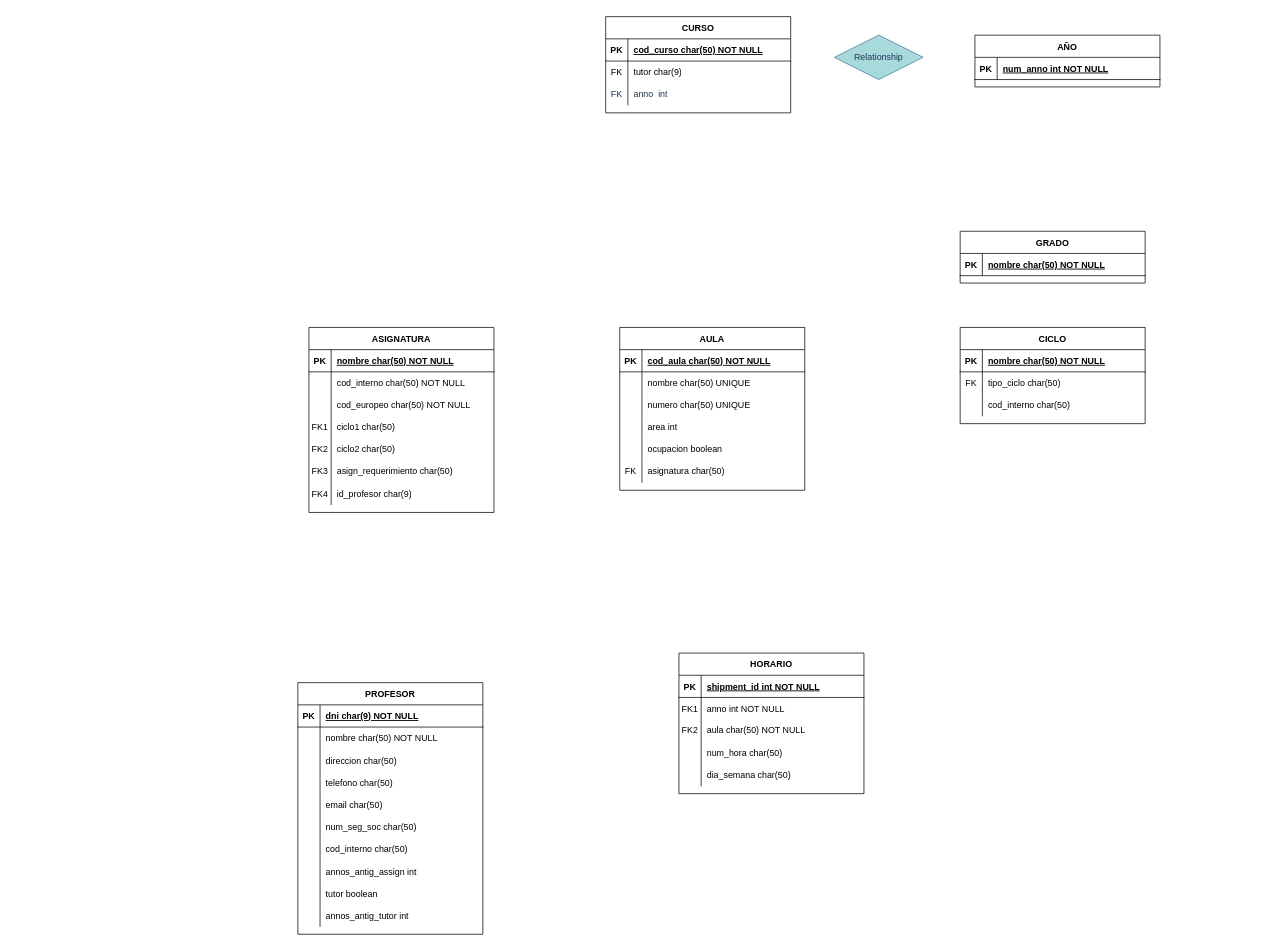
The draw.io diagram c3-ud12-ejercicio17.drawio in eilmadc/c3-ud12-diagramaser-team03, before the edit. Source tidied: cells renumbered, new cells numbered last; positions are measured from the earlier drawing's top-left corner, leaving out a move shared by most shapes. Both pictures are drawn from the tidied source at 74%, with x=0, y=0 at pixel (297, 16).
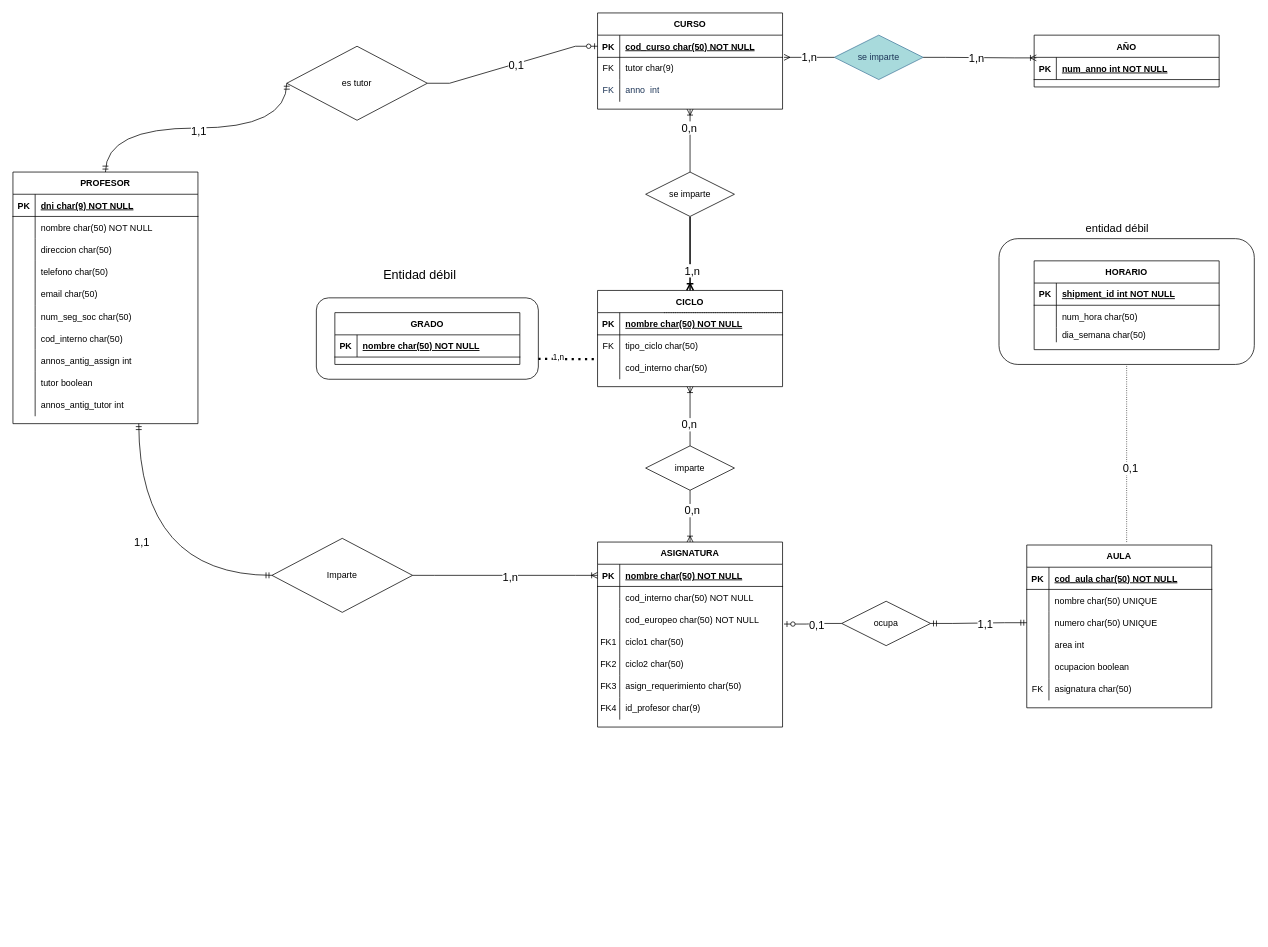
The same page after the edit.

Unchanged cells that the change refers to:
```xml
<mxCell id="9" style="shape=partialRectangle;fillColor=none;points=[[0,0.5],[1,0.5]];portConstraint=eastwest;top=0;left=0;right=0;bottom=0;" parent="2" vertex="1">
  <mxGeometry y="90" width="250" height="30" as="geometry" />
</mxCell>
<mxCell id="29" style="shape=partialRectangle;fillColor=none;points=[[0,0.5],[1,0.5]];portConstraint=eastwest;top=0;left=0;right=0;bottom=1;" parent="28" vertex="1">
  <mxGeometry y="30" width="250" height="30" as="geometry" />
</mxCell>
<mxCell id="35" style="shape=tableRow;horizontal=0;startSize=0;swimlaneHead=0;swimlaneBody=0;fillColor=none;points=[[0,0.5],[1,0.5]];portConstraint=eastwest;top=0;left=0;right=0;bottom=0;" parent="28" vertex="1">
  <mxGeometry y="90" width="250" height="30" as="geometry" />
</mxCell>
<mxCell id="92" style="shape=tableRow;horizontal=0;startSize=0;swimlaneHead=0;swimlaneBody=0;fillColor=none;points=[[0,0.5],[1,0.5]];portConstraint=eastwest;top=0;left=0;right=0;bottom=0;" parent="85" vertex="1">
  <mxGeometry y="90" width="250" height="30" as="geometry" />
</mxCell>
<mxCell id="105" style="shape=partialRectangle;fillColor=none;points=[[0,0.5],[1,0.5]];portConstraint=eastwest;top=0;left=0;right=0;bottom=1;" parent="104" vertex="1">
  <mxGeometry y="30" width="250" height="30" as="geometry" />
</mxCell>
<mxCell id="109" style="shape=partialRectangle;fillColor=none;points=[[0,0.5],[1,0.5]];portConstraint=eastwest;top=0;left=0;right=0;bottom=1;" parent="108" vertex="1">
  <mxGeometry y="30" width="250" height="30" as="geometry" />
</mxCell>
<mxCell id="112" style="shape=tableRow;horizontal=0;startSize=0;swimlaneHead=0;swimlaneBody=0;fillColor=none;points=[[0,0.5],[1,0.5]];portConstraint=eastwest;top=0;left=0;right=0;bottom=0;" parent="108" vertex="1">
  <mxGeometry y="60" width="250" height="30" as="geometry" />
</mxCell>
```

The edit, as a diff of the source:
```diff
@@
+    <mxCell id="119" style="rounded=1;whiteSpace=wrap;html=1;" parent="1" vertex="1">
+      <mxGeometry x="947.5" y="300" width="345" height="170" as="geometry" />
+    </mxCell>
+    <mxCell id="120" style="rounded=1;whiteSpace=wrap;html=1;" parent="1" vertex="1">
+      <mxGeometry x="25" y="380" width="300" height="110" as="geometry" />
+    </mxCell>
     <mxCell id="2" value="CICLO" style="shape=table;startSize=30;childLayout=tableLayout;rowLines=0;fontStyle=1;align=center;" parent="1" vertex="1">
-      <mxGeometry x="895" y="420" width="250" height="130" as="geometry" />
+      <mxGeometry x="405" y="370" width="250" height="130" as="geometry" />
     </mxCell>
@@
     <mxCell id="12" value="HORARIO" style="shape=table;startSize=30;childLayout=tableLayout;rowLines=0;fontStyle=1;align=center;" parent="1" vertex="1">
-      <mxGeometry x="515" y="860" width="250" height="190" as="geometry" />
+      <mxGeometry x="995" y="330" width="250" height="120" as="geometry" />
     </mxCell>
@@
-    <mxCell id="16" style="shape=partialRectangle;fillColor=none;top=0;left=0;right=0;bottom=0;" parent="12" vertex="1">
-      <mxGeometry y="60" width="250" height="30" as="geometry" />
-    </mxCell>
-    <mxCell id="17" value="FK1" style="shape=partialRectangle;overflow=hidden;fillColor=none;top=0;left=0;bottom=0;right=0;" parent="16" vertex="1">
-      <mxGeometry width="30" height="30" as="geometry" />
-    </mxCell>
-    <mxCell id="18" value="anno int NOT NULL" style="shape=partialRectangle;overflow=hidden;fillColor=none;top=0;left=0;bottom=0;right=0;align=left;spacingLeft=6;" parent="16" vertex="1">
-      <mxGeometry x="30" width="220" height="30" as="geometry" />
-    </mxCell>
-    <mxCell id="19" style="shape=tableRow;horizontal=0;startSize=0;swimlaneHead=0;swimlaneBody=0;fillColor=none;top=0;left=0;right=0;bottom=0;" parent="12" vertex="1">
-      <mxGeometry y="90" width="250" height="30" as="geometry" />
-    </mxCell>
-    <mxCell id="20" value="FK2" style="shape=partialRectangle;fillColor=none;top=0;left=0;bottom=0;right=0;fontStyle=0;overflow=hidden;whiteSpace=wrap;html=1;" parent="19" vertex="1">
-      <mxGeometry width="30" height="30" as="geometry" />
-    </mxCell>
-    <mxCell id="21" value="aula&amp;nbsp;char(50) NOT NULL" style="shape=partialRectangle;fillColor=none;top=0;left=0;bottom=0;right=0;align=left;spacingLeft=6;fontStyle=0;overflow=hidden;whiteSpace=wrap;html=1;" parent="19" vertex="1">
-      <mxGeometry x="30" width="220" height="30" as="geometry" />
-    </mxCell>
     <mxCell id="22" style="shape=tableRow;horizontal=0;startSize=0;swimlaneHead=0;swimlaneBody=0;fillColor=none;top=0;left=0;right=0;bottom=0;" parent="12" vertex="1">
-      <mxGeometry y="120" width="250" height="30" as="geometry" />
+      <mxGeometry y="60" width="250" height="30" as="geometry" />
     </mxCell>
@@
     <mxCell id="25" style="shape=tableRow;horizontal=0;startSize=0;swimlaneHead=0;swimlaneBody=0;fillColor=none;top=0;left=0;right=0;bottom=0;" parent="12" vertex="1">
-      <mxGeometry y="150" width="250" height="30" as="geometry" />
+      <mxGeometry y="90" width="250" height="20" as="geometry" />
     </mxCell>
     <mxCell id="26" style="shape=partialRectangle;fillColor=none;top=0;left=0;bottom=0;right=0;overflow=hidden;" parent="25" vertex="1">
-      <mxGeometry width="30" height="30" as="geometry" />
+      <mxGeometry width="30" height="20" as="geometry" />
     </mxCell>
     <mxCell id="27" value="dia_semana char(50)" style="shape=partialRectangle;fillColor=none;top=0;left=0;bottom=0;right=0;align=left;spacingLeft=6;overflow=hidden;" parent="25" vertex="1">
-      <mxGeometry x="30" width="220" height="30" as="geometry" />
+      <mxGeometry x="30" width="220" height="20" as="geometry" />
     </mxCell>
     <mxCell id="28" value="ASIGNATURA" style="shape=table;startSize=30;childLayout=tableLayout;rowLines=0;fontStyle=1;align=center;" parent="1" vertex="1">
-      <mxGeometry x="15" y="420" width="250" height="250" as="geometry" />
+      <mxGeometry x="405" y="710" width="250" height="250" as="geometry" />
     </mxCell>
@@
     <mxCell id="50" value="PROFESOR" style="shape=table;startSize=30;childLayout=tableLayout;rowLines=0;fontStyle=1;align=center;" parent="1" vertex="1">
-      <mxGeometry y="900" width="250" height="340" as="geometry" />
+      <mxGeometry x="-385" y="210" width="250" height="340" as="geometry" />
     </mxCell>
@@
     <mxCell id="81" value="GRADO" style="shape=table;startSize=30;childLayout=tableLayout;rowLines=0;fontStyle=1;align=center;" parent="1" vertex="1">
-      <mxGeometry x="895" y="290" width="250" height="70" as="geometry" />
+      <mxGeometry x="50" y="400" width="250" height="70" as="geometry" />
     </mxCell>
@@
     <mxCell id="85" value="AULA" style="shape=table;startSize=30;childLayout=tableLayout;rowLines=0;fontStyle=1;align=center;" parent="1" vertex="1">
-      <mxGeometry x="435" y="420" width="250" height="220" as="geometry" />
+      <mxGeometry x="985" y="714" width="250" height="220" as="geometry" />
     </mxCell>
@@
     <mxCell id="104" value="AÑO" style="shape=table;startSize=30;childLayout=tableLayout;rowLines=0;fontStyle=1;align=center;" parent="1" vertex="1">
-      <mxGeometry x="915" y="25" width="250" height="70" as="geometry" />
+      <mxGeometry x="995" y="25" width="250" height="70" as="geometry" />
     </mxCell>
@@
     <mxCell id="108" value="CURSO" style="shape=table;startSize=30;childLayout=tableLayout;rowLines=0;fontStyle=1;align=center;" parent="1" vertex="1">
-      <mxGeometry x="416" width="250" height="130" as="geometry" />
+      <mxGeometry x="405" y="-5" width="250" height="130" as="geometry" />
     </mxCell>
@@
-    <mxCell id="118" value="Relationship" style="shape=rhombus;perimeter=rhombusPerimeter;whiteSpace=wrap;html=1;align=center;strokeColor=#457B9D;fontColor=#1D3557;fillColor=#A8DADC;" parent="1" vertex="1">
+    <mxCell id="118" value="se imparte" style="shape=rhombus;perimeter=rhombusPerimeter;whiteSpace=wrap;html=1;align=center;strokeColor=#457B9D;fontColor=#1D3557;fillColor=#A8DADC;" parent="1" vertex="1">
       <mxGeometry x="725" y="25" width="120" height="60" as="geometry" />
     </mxCell>
+    <mxCell id="121" style="fontSize=12;html=1;endArrow=ERmany;rounded=0;entryX=1.008;entryY=0;entryDx=0;entryDy=0;entryPerimeter=0;exitX=0;exitY=0.5;exitDx=0;exitDy=0;" parent="1" edge="1" source="118" target="112">
+      <mxGeometry relative="1" as="geometry" />
+    </mxCell>
+    <mxCell id="122" value="1,n" style="edgeLabel;html=1;align=center;verticalAlign=middle;fontSize=15;" parent="121" vertex="1">
+      <mxGeometry x="0.04" relative="1" as="geometry">
+        <mxPoint y="-1" as="offset" />
+      </mxGeometry>
+    </mxCell>
+    <mxCell id="123" style="edgeStyle=entityRelationEdgeStyle;fontSize=12;html=1;endArrow=ERoneToMany;rounded=0;entryX=0.012;entryY=0.024;entryDx=0;entryDy=0;entryPerimeter=0;exitX=1;exitY=0.5;exitDx=0;exitDy=0;" parent="1" edge="1" source="118" target="105">
+      <mxGeometry relative="1" as="geometry" />
+    </mxCell>
+    <mxCell id="124" value="1,n" style="edgeLabel;html=1;align=center;verticalAlign=middle;fontSize=15;" parent="123" vertex="1">
+      <mxGeometry x="-0.06" relative="1" as="geometry" />
+    </mxCell>
+    <mxCell id="125" style="fontSize=12;html=1;endArrow=ERoneToMany;rounded=0;entryX=0.5;entryY=0;entryDx=0;entryDy=0;exitX=0.5;exitY=1;exitDx=0;exitDy=0;strokeWidth=2;" parent="1" edge="1" source="127" target="2">
+      <mxGeometry relative="1" as="geometry" />
+    </mxCell>
+    <mxCell id="126" value="1,n" style="edgeLabel;html=1;align=center;verticalAlign=middle;fontSize=15;" parent="125" vertex="1">
+      <mxGeometry x="0.43" y="2" relative="1" as="geometry" />
+    </mxCell>
+    <mxCell id="127" value="se imparte" style="shape=rhombus;perimeter=rhombusPerimeter;whiteSpace=wrap;html=1;align=center;" parent="1" vertex="1">
+      <mxGeometry x="470" y="210" width="120" height="60" as="geometry" />
+    </mxCell>
+    <mxCell id="128" style="fontSize=12;html=1;endArrow=ERoneToMany;rounded=0;exitX=0.5;exitY=0;exitDx=0;exitDy=0;entryX=0.5;entryY=1;entryDx=0;entryDy=0;" parent="1" edge="1" source="127" target="108">
+      <mxGeometry relative="1" as="geometry" />
+    </mxCell>
+    <mxCell id="129" value="0,n" style="edgeLabel;html=1;align=center;verticalAlign=middle;fontSize=15;" parent="128" vertex="1">
+      <mxGeometry x="0.43" y="2" relative="1" as="geometry" />
+    </mxCell>
+    <mxCell id="130" value="Entidad débil" style="text;html=1;strokeColor=none;fillColor=none;align=center;verticalAlign=middle;whiteSpace=wrap;rounded=0;fontSize=17;" parent="1" vertex="1">
+      <mxGeometry x="95" y="330" width="140" height="40" as="geometry" />
+    </mxCell>
+    <mxCell id="131" style="endArrow=none;html=1;rounded=0;dashed=1;dashPattern=1 2;" parent="1" edge="1">
+      <mxGeometry relative="1" as="geometry">
+        <mxPoint x="495" y="400" as="sourcePoint" />
+        <mxPoint x="655" y="400" as="targetPoint" />
+      </mxGeometry>
+    </mxCell>
+    <mxCell id="132" style="endArrow=none;html=1;rounded=0;dashed=1;dashPattern=1 2;entryX=0.001;entryY=0.095;entryDx=0;entryDy=0;exitX=1;exitY=0.75;exitDx=0;exitDy=0;entryPerimeter=0;fontSize=15;strokeWidth=3;" parent="1" edge="1" source="120" target="9">
+      <mxGeometry relative="1" as="geometry" />
+    </mxCell>
+    <mxCell id="133" value="1,n" style="edgeLabel;html=1;align=center;verticalAlign=middle;" parent="132" vertex="1">
+      <mxGeometry x="-0.35" y="2" relative="1" as="geometry" />
+    </mxCell>
+    <mxCell id="134" value="imparte" style="shape=rhombus;perimeter=rhombusPerimeter;whiteSpace=wrap;html=1;align=center;" parent="1" vertex="1">
+      <mxGeometry x="470" y="580" width="120" height="60" as="geometry" />
+    </mxCell>
+    <mxCell id="135" style="fontSize=12;html=1;endArrow=ERoneToMany;rounded=0;exitX=0.5;exitY=1;exitDx=0;exitDy=0;entryX=0.5;entryY=0;entryDx=0;entryDy=0;" parent="1" edge="1" source="134" target="28">
+      <mxGeometry relative="1" as="geometry" />
+    </mxCell>
+    <mxCell id="136" value="0,n" style="edgeLabel;html=1;align=center;verticalAlign=middle;fontSize=15;" parent="135" vertex="1">
+      <mxGeometry x="-0.26" y="2" relative="1" as="geometry" />
+    </mxCell>
+    <mxCell id="137" style="fontSize=12;html=1;endArrow=ERoneToMany;rounded=0;exitX=0.5;exitY=0;exitDx=0;exitDy=0;entryX=0.5;entryY=1;entryDx=0;entryDy=0;" parent="1" edge="1" source="134" target="2">
+      <mxGeometry relative="1" as="geometry" />
+    </mxCell>
+    <mxCell id="138" value="0,n" style="edgeLabel;html=1;align=center;verticalAlign=middle;fontSize=15;" parent="137" vertex="1">
+      <mxGeometry x="-0.26" y="2" relative="1" as="geometry" />
+    </mxCell>
+    <mxCell id="139" value="ocupa" style="shape=rhombus;perimeter=rhombusPerimeter;whiteSpace=wrap;html=1;align=center;" parent="1" vertex="1">
+      <mxGeometry x="735" y="790" width="120" height="60" as="geometry" />
+    </mxCell>
+    <mxCell id="140" style="edgeStyle=entityRelationEdgeStyle;fontSize=12;html=1;endArrow=ERmandOne;startArrow=ERmandOne;rounded=0;exitX=1;exitY=0.5;exitDx=0;exitDy=0;entryX=0;entryY=0.5;entryDx=0;entryDy=0;" parent="1" edge="1" source="139" target="92">
+      <mxGeometry relative="1" as="geometry" />
+    </mxCell>
+    <mxCell id="141" value="1,1" style="edgeLabel;html=1;align=center;verticalAlign=middle;fontSize=15;" parent="140" vertex="1">
+      <mxGeometry x="0.12" y="-1" relative="1" as="geometry" />
+    </mxCell>
+    <mxCell id="142" style="edgeStyle=entityRelationEdgeStyle;fontSize=12;html=1;endArrow=ERzeroToOne;endFill=1;rounded=0;entryX=1.008;entryY=0.694;entryDx=0;entryDy=0;entryPerimeter=0;exitX=0;exitY=0.5;exitDx=0;exitDy=0;" parent="1" edge="1" source="139" target="35">
+      <mxGeometry relative="1" as="geometry" />
+    </mxCell>
+    <mxCell id="143" value="0,1" style="edgeLabel;html=1;align=center;verticalAlign=middle;fontSize=15;" parent="142" vertex="1">
+      <mxGeometry x="-0.09" y="1" relative="1" as="geometry" />
+    </mxCell>
+    <mxCell id="144" value="Imparte" style="shape=rhombus;perimeter=rhombusPerimeter;whiteSpace=wrap;html=1;align=center;" parent="1" vertex="1">
+      <mxGeometry x="-35" y="705" width="190" height="100" as="geometry" />
+    </mxCell>
+    <mxCell id="145" value="es tutor" style="shape=rhombus;perimeter=rhombusPerimeter;whiteSpace=wrap;html=1;align=center;" parent="1" vertex="1">
+      <mxGeometry x="-15" y="40" width="190" height="100" as="geometry" />
+    </mxCell>
+    <mxCell id="146" style="edgeStyle=entityRelationEdgeStyle;fontSize=12;html=1;endArrow=ERzeroToOne;endFill=1;rounded=0;entryX=0;entryY=0.5;entryDx=0;entryDy=0;exitX=1;exitY=0.5;exitDx=0;exitDy=0;" parent="1" edge="1" source="145" target="109">
+      <mxGeometry relative="1" as="geometry" />
+    </mxCell>
+    <mxCell id="147" value="0,1" style="edgeLabel;html=1;align=center;verticalAlign=middle;fontSize=15;" parent="146" vertex="1">
+      <mxGeometry x="0.04" y="-1" relative="1" as="geometry" />
+    </mxCell>
+    <mxCell id="148" style="fontSize=12;html=1;endArrow=ERmandOne;startArrow=ERmandOne;rounded=0;exitX=0.5;exitY=0;exitDx=0;exitDy=0;elbow=vertical;edgeStyle=orthogonalEdgeStyle;curved=1;" parent="1" edge="1" source="50">
+      <mxGeometry relative="1" as="geometry">
+        <mxPoint x="-15" y="90" as="targetPoint" />
+      </mxGeometry>
+    </mxCell>
+    <mxCell id="149" value="1,1" style="edgeLabel;html=1;align=center;verticalAlign=middle;fontSize=15;" parent="148" vertex="1">
+      <mxGeometry x="0.01" y="-4" relative="1" as="geometry" />
+    </mxCell>
+    <mxCell id="150" style="edgeStyle=orthogonalEdgeStyle;fontSize=12;html=1;endArrow=ERmandOne;startArrow=ERmandOne;rounded=0;exitX=0;exitY=0.5;exitDx=0;exitDy=0;curved=1;" parent="1" edge="1" source="144">
+      <mxGeometry relative="1" as="geometry">
+        <mxPoint x="-215" y="550" as="targetPoint" />
+      </mxGeometry>
+    </mxCell>
+    <mxCell id="151" value="1,1" style="edgeLabel;html=1;align=center;verticalAlign=middle;fontSize=15;" parent="150" vertex="1">
+      <mxGeometry x="0.17" y="-3" relative="1" as="geometry" />
+    </mxCell>
+    <mxCell id="152" style="edgeStyle=entityRelationEdgeStyle;fontSize=12;html=1;endArrow=ERoneToMany;rounded=0;exitX=1;exitY=0.5;exitDx=0;exitDy=0;entryX=0;entryY=0.5;entryDx=0;entryDy=0;" parent="1" edge="1" source="144" target="29">
+      <mxGeometry relative="1" as="geometry" />
+    </mxCell>
+    <mxCell id="153" value="1,n" style="edgeLabel;html=1;align=center;verticalAlign=middle;fontSize=15;" parent="152" vertex="1">
+      <mxGeometry x="0.05" y="-1" relative="1" as="geometry" />
+    </mxCell>
+    <mxCell id="154" value="entidad débil" style="text;html=1;strokeColor=none;fillColor=none;align=center;verticalAlign=middle;whiteSpace=wrap;rounded=0;fontSize=15;" parent="1" vertex="1">
+      <mxGeometry x="1060" y="270" width="95" height="30" as="geometry" />
+    </mxCell>
+    <mxCell id="155" style="endArrow=none;html=1;rounded=0;dashed=1;dashPattern=1 2;entryX=0.5;entryY=1;entryDx=0;entryDy=0;" parent="1" edge="1" target="119">
+      <mxGeometry relative="1" as="geometry">
+        <mxPoint x="1120" y="710" as="sourcePoint" />
+      </mxGeometry>
+    </mxCell>
+    <mxCell id="156" value="0,1" style="edgeLabel;html=1;align=center;verticalAlign=middle;fontSize=15;" parent="155" vertex="1">
+      <mxGeometry x="-0.16" y="-4" relative="1" as="geometry" />
+    </mxCell>
```
